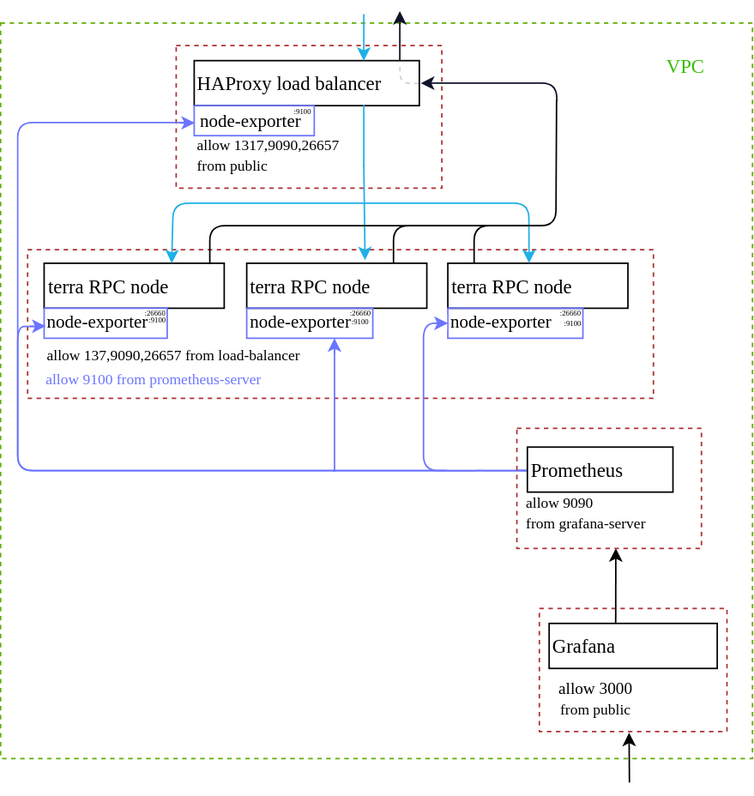
Before: topology.svg, a diagram exported from draw.io (M1meer/terra-rpc-loadbalancing-env). Source tidied: cells renumbered, new cells last; positions are measured from the earlier drawing's top-left corner, leaving out a move shared by most shapes.
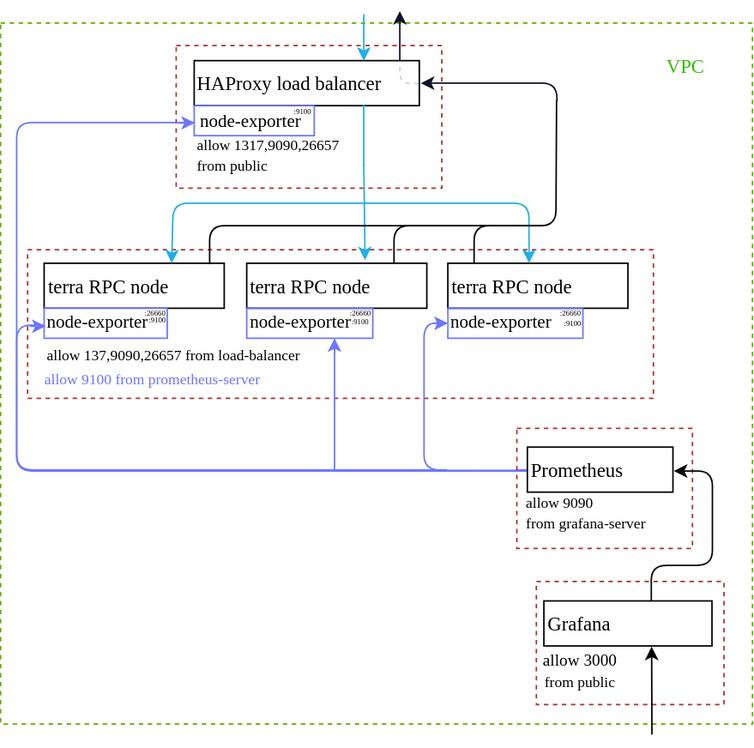
Later version of the same file.

Diff of the diagram source:
```diff
@@ -3,7 +3,7 @@
     <mxCell id="0" />
     <mxCell id="1" parent="0" />
     <mxCell id="2" style="rounded=0;whiteSpace=wrap;html=1;gradientColor=none;strokeColor=#5DAD00;dashed=1;fillColor=none;" parent="1" vertex="1">
-      <mxGeometry y="8" width="501" height="490" as="geometry" />
+      <mxGeometry y="8" width="501" height="467" as="geometry" />
     </mxCell>
     <mxCell id="3" value="&lt;span style=&quot;font-family: &amp;#34;lucida console&amp;#34; ; font-size: 10px ; white-space: nowrap&quot;&gt;allow 137,9090,26657&amp;nbsp;&lt;/span&gt;&lt;span style=&quot;font-family: &amp;#34;lucida console&amp;#34; ; font-size: 10px ; white-space: nowrap&quot;&gt;from load-balancer&lt;/span&gt;" style="text;html=1;strokeColor=none;fillColor=none;align=left;verticalAlign=middle;whiteSpace=wrap;rounded=0;dashed=1;" parent="1" vertex="1">
       <mxGeometry x="29" y="198" width="180" height="60" as="geometry" />
@@ -21,10 +21,10 @@
       <mxGeometry x="117" y="23" width="177" height="95" as="geometry" />
     </mxCell>
     <mxCell id="8" style="rounded=0;whiteSpace=wrap;html=1;dashed=1;strokeColor=#AD3232;gradientColor=none;fillColor=none;" parent="1" vertex="1">
-      <mxGeometry x="359" y="398" width="125" height="82" as="geometry" />
+      <mxGeometry x="357" y="380" width="125" height="82" as="geometry" />
     </mxCell>
     <mxCell id="9" value="&lt;font face=&quot;Lucida Console&quot;&gt;&lt;span style=&quot;font-size: 11px&quot;&gt;allow 3000&lt;/span&gt;&lt;br&gt;&lt;font style=&quot;font-size: 10px&quot;&gt;from public&lt;/font&gt;&lt;/font&gt;" style="text;html=1;strokeColor=none;fillColor=none;align=center;verticalAlign=middle;whiteSpace=wrap;rounded=0;dashed=1;" parent="1" vertex="1">
-      <mxGeometry x="333" y="448" width="125" height="20" as="geometry" />
+      <mxGeometry x="323" y="429.5" width="125" height="20" as="geometry" />
     </mxCell>
     <mxCell id="10" style="rounded=0;whiteSpace=wrap;html=1;fillColor=none;" parent="1" vertex="1">
       <mxGeometry x="129" y="33" width="150" height="30" as="geometry" />
@@ -45,7 +45,7 @@
       <mxGeometry x="298" y="168" width="120" height="30" as="geometry" />
     </mxCell>
     <mxCell id="16" value="&lt;font face=&quot;Lucida Console&quot; style=&quot;font-size: 13px&quot;&gt;Grafana&lt;/font&gt;" style="rounded=0;whiteSpace=wrap;html=1;fillColor=none;align=left;" parent="1" vertex="1">
-      <mxGeometry x="365.5" y="408" width="112" height="30" as="geometry" />
+      <mxGeometry x="362" y="393" width="112" height="30" as="geometry" />
     </mxCell>
     <mxCell id="17" style="rounded=0;whiteSpace=wrap;html=1;strokeColor=#6B75FF;fillColor=none;" parent="1" vertex="1">
       <mxGeometry x="164" y="198" width="84" height="20" as="geometry" />
@@ -111,9 +111,9 @@
         <mxPoint x="242" y="33.2" as="targetPoint" />
       </mxGeometry>
     </mxCell>
-    <mxCell id="32" style="endArrow=classic;html=1;strokeColor=#000000;entryX=0.478;entryY=1.01;entryDx=0;entryDy=0;entryPerimeter=0;" parent="1" edge="1" target="8">
+    <mxCell id="32" style="endArrow=classic;html=1;strokeColor=#000000;entryX=0.641;entryY=1.016;entryDx=0;entryDy=0;entryPerimeter=0;" parent="1" edge="1" target="16">
       <mxGeometry relative="1" as="geometry">
-        <mxPoint x="419" y="514" as="sourcePoint" />
+        <mxPoint x="434" y="482" as="sourcePoint" />
       </mxGeometry>
     </mxCell>
     <mxCell id="33" style="edgeStyle=elbowEdgeStyle;elbow=vertical;endArrow=classic;html=1;exitX=0.918;exitY=0.014;exitDx=0;exitDy=0;exitPerimeter=0;entryX=0.4;entryY=0.971;entryDx=0;entryDy=0;entryPerimeter=0;" parent="1" edge="1" source="13" target="12">
@@ -235,18 +235,12 @@
         <mxPoint x="361" y="306" as="targetPoint" />
       </mxGeometry>
     </mxCell>
-    <mxCell id="57" style="rounded=0;whiteSpace=wrap;html=1;dashed=1;strokeColor=none;fillColor=#ffffff;gradientColor=none;" parent="1" vertex="1">
-      <mxGeometry x="158.5" y="361.5" width="47" height="22" as="geometry" />
-    </mxCell>
     <mxCell id="58" style="rounded=0;whiteSpace=wrap;html=1;dashed=1;strokeColor=none;fillColor=#ffffff;gradientColor=none;" parent="1" vertex="1">
       <mxGeometry x="351" y="301" width="12" height="13" as="geometry" />
     </mxCell>
     <mxCell id="59" style="rounded=0;whiteSpace=wrap;html=1;dashed=1;strokeColor=none;fillColor=#ffffff;gradientColor=none;" parent="1" vertex="1">
-      <mxGeometry x="350.5" y="276" width="141" height="81" as="geometry" />
+      <mxGeometry x="350.5" y="273" width="141" height="81" as="geometry" />
     </mxCell>
-    <mxCell id="60" value="&lt;font face=&quot;Lucida Console&quot; style=&quot;font-size: 13px&quot;&gt;Prometheus&lt;/font&gt;" style="rounded=0;whiteSpace=wrap;html=1;fillColor=none;align=left;" parent="1" vertex="1">
-      <mxGeometry x="351" y="290.5" width="97" height="30" as="geometry" />
-    </mxCell>
     <mxCell id="61" value="&lt;font face=&quot;Lucida Console&quot; style=&quot;font-size: 10px ; line-height: 90%&quot;&gt;allow 9090&lt;br&gt;from grafana-server&lt;/font&gt;" style="text;html=1;strokeColor=none;fillColor=none;align=left;verticalAlign=middle;whiteSpace=wrap;rounded=0;" parent="1" vertex="1">
       <mxGeometry x="348.5" y="313.5" width="120" height="40" as="geometry" />
     </mxCell>
@@ -317,11 +311,20 @@
         </Array>
       </mxGeometry>
     </mxCell>
-    <mxCell id="78" style="endArrow=classic;html=1;strokeColor=#000000;entryX=0.536;entryY=0.999;entryDx=0;entryDy=0;entryPerimeter=0;exitX=0.396;exitY=-0.01;exitDx=0;exitDy=0;exitPerimeter=0;" parent="1" edge="1" source="16" target="79">
-      <mxGeometry relative="1" as="geometry" />
-    </mxCell>
     <mxCell id="79" style="rounded=0;whiteSpace=wrap;html=1;dashed=1;strokeColor=#AD3232;gradientColor=none;fillColor=none;" parent="1" vertex="1">
-      <mxGeometry x="344" y="278" width="123" height="80" as="geometry" />
+      <mxGeometry x="344" y="278" width="117" height="80" as="geometry" />
     </mxCell>
+    <mxCell id="60" value="&lt;font face=&quot;Lucida Console&quot; style=&quot;font-size: 13px&quot;&gt;Prometheus&lt;/font&gt;" style="rounded=0;whiteSpace=wrap;html=1;fillColor=none;align=left;" parent="1" vertex="1">
+      <mxGeometry x="351" y="290.5" width="97" height="30" as="geometry" />
+    </mxCell>
+    <mxCell id="80" style="edgeStyle=segmentEdgeStyle;endArrow=classic;html=1;strokeColor=#030408;exitX=0.642;exitY=-0.014;exitDx=0;exitDy=0;exitPerimeter=0;entryX=1.003;entryY=0.52;entryDx=0;entryDy=0;entryPerimeter=0;" parent="1" edge="1" source="16" target="60">
+      <mxGeometry relative="1" as="geometry">
+        <Array as="points">
+          <mxPoint x="434" y="369" />
+          <mxPoint x="474" y="369" />
+          <mxPoint x="474" y="306" />
+        </Array>
+      </mxGeometry>
+    </mxCell>
   </root>
 </mxGraphModel>
```
